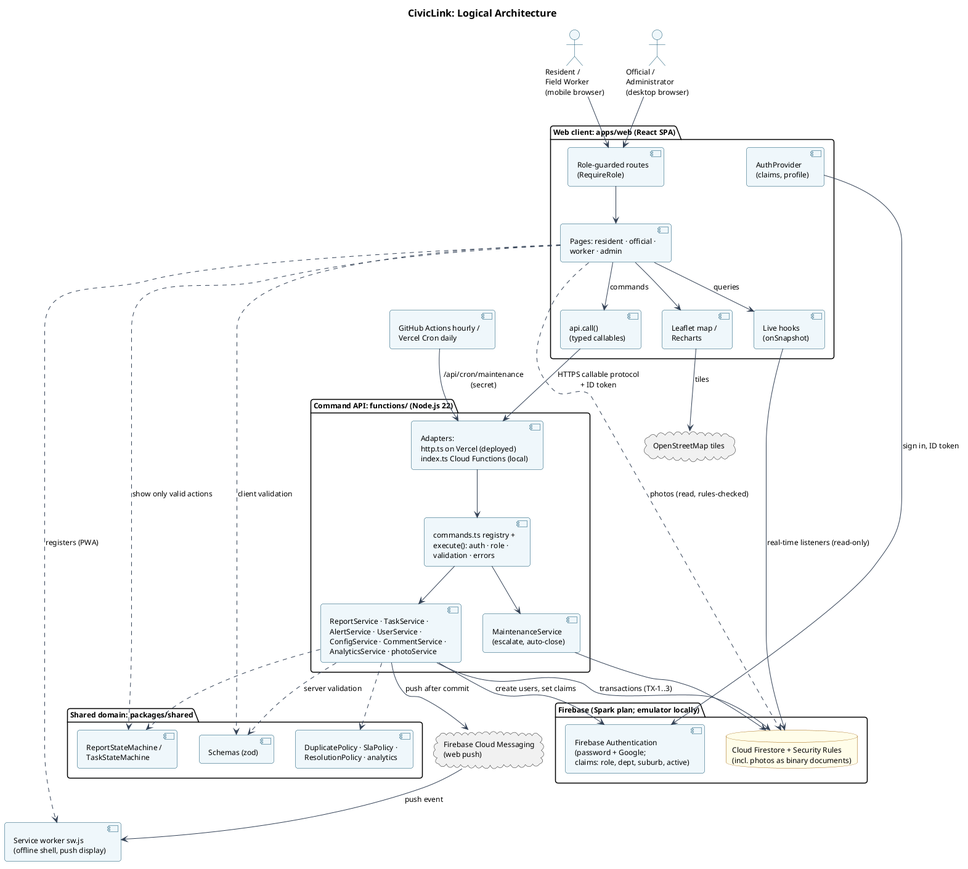
Earlier version of the PlantUML export docs/diagrams/architecture.png (altechemist/civiclink).
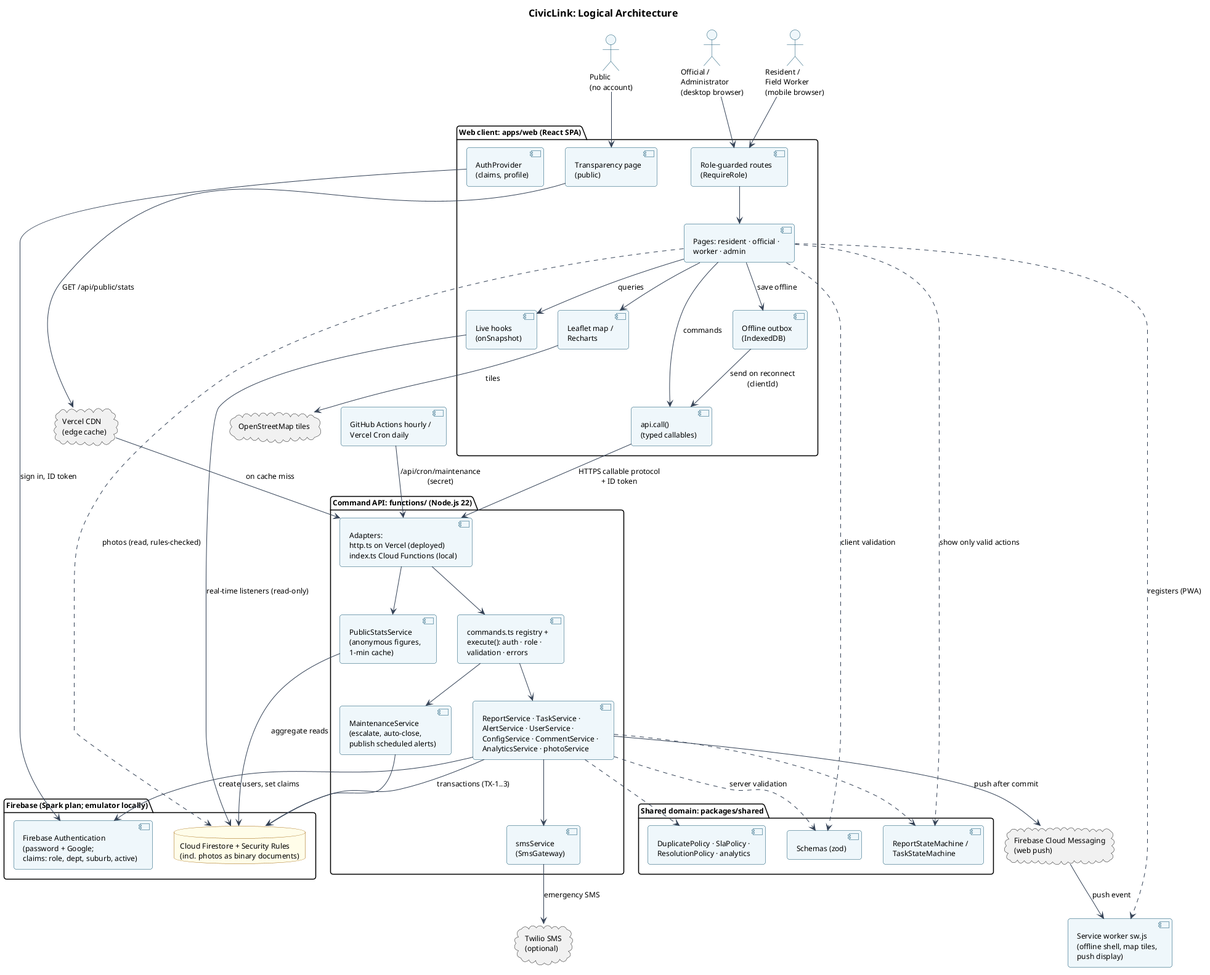
After the change.

The edit, as a diff of the source:
```diff
@@ -4,6 +4,7 @@
 
 actor "Resident /\nField Worker\n(mobile browser)" as M
 actor "Official /\nAdministrator\n(desktop browser)" as D
+actor "Public\n(no account)" as PUB
 
 package "Web client: apps/web (React SPA)" {
   [Role-guarded routes\n(RequireRole)] as Routes
@@ -12,6 +13,8 @@
   [api.call()\n(typed callables)] as Api
   [Live hooks\n(onSnapshot)] as Hooks
   [Leaflet map /\nRecharts] as Viz
+  [Offline outbox\n(IndexedDB)] as Outbox
+  [Transparency page\n(public)] as Transp
 }
 
 package "Shared domain: packages/shared" as Shared {
@@ -24,7 +27,9 @@
   [Adapters:\nhttp.ts on Vercel (deployed)\nindex.ts Cloud Functions (local)] as Adapt
   [commands.ts registry +\nexecute(): auth · role ·\nvalidation · errors] as Cmd
   [ReportService · TaskService ·\nAlertService · UserService ·\nConfigService · CommentService ·\nAnalyticsService · photoService] as Svc
-  [MaintenanceService\n(escalate, auto-close)] as Sched
+  [MaintenanceService\n(escalate, auto-close,\npublish scheduled alerts)] as Sched
+  [PublicStatsService\n(anonymous figures,\n1-min cache)] as Stats
+  [smsService\n(SmsGateway)] as Sms
 }
 package "Firebase (Spark plan; emulator locally)" {
   [Firebase Authentication\n(password + Google;\nclaims: role, dept, suburb, active)] as Auth
@@ -33,7 +38,9 @@
 [GitHub Actions hourly /\nVercel Cron daily] as Cron
 cloud "OpenStreetMap tiles" as OSM
 cloud "Firebase Cloud Messaging\n(web push)" as FCM
-[Service worker sw.js\n(offline shell, push display)] as SW
+[Service worker sw.js\n(offline shell, map tiles,\npush display)] as SW
+cloud "Vercel CDN\n(edge cache)" as CDN
+cloud "Twilio SMS\n(optional)" as TW
 
 M --> Routes
 D --> Routes
@@ -56,6 +63,15 @@
 Svc --> FCM : push after commit
 FCM --> SW : push event
 Pages ..> SW : registers (PWA)
+Pages --> Outbox : save offline
+Outbox --> Api : send on reconnect\n(clientId)
+PUB --> Transp
+Transp --> CDN : GET /api/public/stats
+CDN --> Adapt : on cache miss
+Adapt --> Stats
+Stats --> FS : aggregate reads
+Svc --> Sms
+Sms --> TW : emergency SMS
 Pages ..> Sch : client validation
 Svc ..> Sch : server validation
 Svc ..> SMs
```
